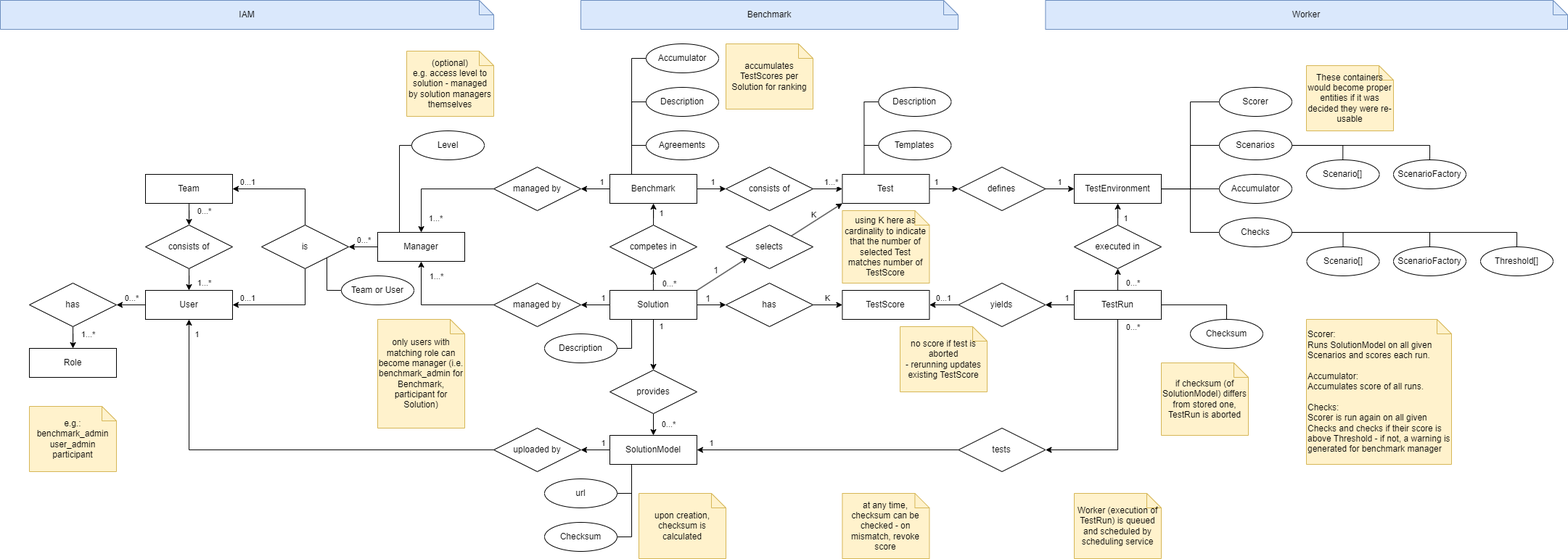
The draw.io diagram docs/img/development/ERDiagram.drawio.png in flatland-association/flatland-benchmarks, before a commit. Source tidied: cells renumbered, new cells last; positions are measured from the earlier drawing's top-left corner, leaving out a move shared by most shapes.
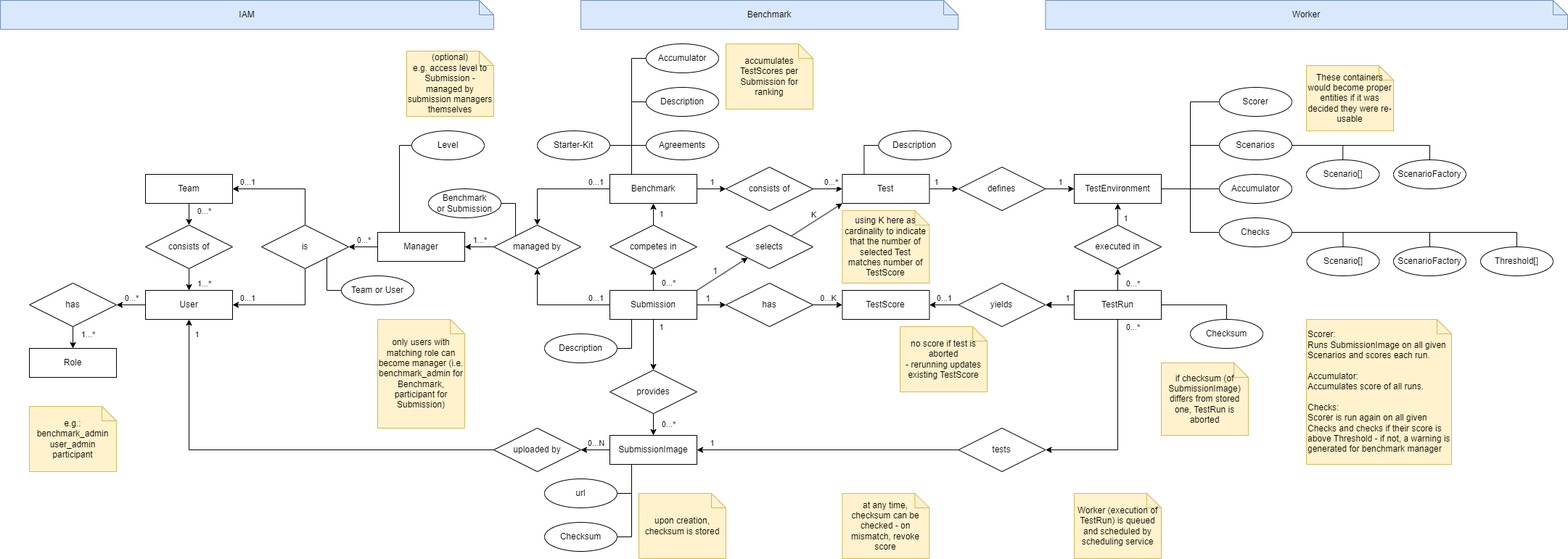
The same file after the commit.

The edit, as a diff of the source:
```diff
@@ -101,23 +101,12 @@
     </mxCell>
     <mxCell id="27" value="1...*" style="edgeLabel;html=1;align=center;verticalAlign=middle;" parent="26" vertex="1">
       <mxGeometry x="0.22" y="1" relative="1" as="geometry">
-        <mxPoint x="17" y="39" as="offset" />
+        <mxPoint x="4" y="-11" as="offset" />
       </mxGeometry>
     </mxCell>
     <mxCell id="28" value="managed by" style="shape=rhombus;perimeter=rhombusPerimeter;whiteSpace=wrap;html=1;align=center;" parent="1" vertex="1">
-      <mxGeometry x="680" y="230" width="120" height="60" as="geometry" />
+      <mxGeometry x="680" y="310" width="120" height="60" as="geometry" />
     </mxCell>
-    <mxCell id="29" style="edgeStyle=orthogonalEdgeStyle;rounded=0;jettySize=auto;html=1;entryX=0.5;entryY=1;entryDx=0;entryDy=0;" parent="1" edge="1" source="31" target="10">
-      <mxGeometry relative="1" as="geometry" />
-    </mxCell>
-    <mxCell id="30" value="1...*" style="edgeLabel;html=1;align=center;verticalAlign=middle;" parent="29" vertex="1">
-      <mxGeometry x="0.03" relative="1" as="geometry">
-        <mxPoint x="3" y="-40" as="offset" />
-      </mxGeometry>
-    </mxCell>
-    <mxCell id="31" value="managed by" style="shape=rhombus;perimeter=rhombusPerimeter;whiteSpace=wrap;html=1;align=center;" parent="1" vertex="1">
-      <mxGeometry x="680" y="390" width="120" height="60" as="geometry" />
-    </mxCell>
     <mxCell id="32" value="Description" style="ellipse;whiteSpace=wrap;html=1;align=center;" parent="1" vertex="1">
       <mxGeometry x="890" y="120" width="100" height="40" as="geometry" />
     </mxCell>
@@ -132,9 +121,9 @@
     <mxCell id="35" style="edgeStyle=orthogonalEdgeStyle;rounded=0;jettySize=auto;html=1;" parent="1" edge="1" source="39" target="28">
       <mxGeometry relative="1" as="geometry" />
     </mxCell>
-    <mxCell id="36" value="1" style="edgeLabel;html=1;align=center;verticalAlign=middle;" parent="35" vertex="1">
+    <mxCell id="36" value="0...1" style="edgeLabel;html=1;align=center;verticalAlign=middle;" parent="35" vertex="1">
       <mxGeometry x="-0.41" y="-1" relative="1" as="geometry">
-        <mxPoint y="-9" as="offset" />
+        <mxPoint x="24" y="-9" as="offset" />
       </mxGeometry>
     </mxCell>
     <mxCell id="37" style="edgeStyle=orthogonalEdgeStyle;rounded=0;jettySize=auto;html=1;" parent="1" edge="1" source="39" target="41">
@@ -158,15 +147,17 @@
       <mxGeometry x="1000" y="310" width="120" height="60" as="geometry" />
     </mxCell>
     <mxCell id="43" value="Description" style="ellipse;whiteSpace=wrap;html=1;align=center;" parent="1" vertex="1">
-      <mxGeometry x="1210.4" y="120" width="100" height="40" as="geometry" />
+      <mxGeometry x="1210.4" y="180" width="100" height="40" as="geometry" />
     </mxCell>
-    <mxCell id="44" style="edgeStyle=orthogonalEdgeStyle;rounded=0;jettySize=auto;html=1;exitX=0;exitY=0.5;exitDx=0;exitDy=0;endArrow=none;endFill=0;" parent="1" edge="1" source="45">
-      <mxGeometry relative="1" as="geometry">
-        <mxPoint x="1190.4" y="200" as="targetPoint" />
-      </mxGeometry>
-    </mxCell>
+    <mxCell id="146" style="edgeStyle=orthogonalEdgeStyle;rounded=0;jettySize=auto;html=1;entryX=0.25;entryY=0;entryDx=0;entryDy=0;endArrow=none;endFill=0;" parent="1" edge="1" source="45" target="39">
+      <mxGeometry relative="1" as="geometry">
+        <Array as="points">
+          <mxPoint x="870" y="200" />
+        </Array>
+      </mxGeometry>
+    </mxCell>
-    <mxCell id="45" value="Templates" style="ellipse;whiteSpace=wrap;html=1;align=center;" parent="1" vertex="1">
-      <mxGeometry x="1210.4" y="180" width="100" height="40" as="geometry" />
+    <mxCell id="45" value="Starter-Kit" style="ellipse;whiteSpace=wrap;html=1;align=center;" parent="1" vertex="1">
+      <mxGeometry x="740" y="180" width="100" height="40" as="geometry" />
     </mxCell>
     <mxCell id="46" style="rounded=0;jettySize=auto;html=1;exitX=0.5;exitY=1;exitDx=0;exitDy=0;entryX=0.5;entryY=0;entryDx=0;entryDy=0;" parent="1" edge="1" source="48" target="51">
       <mxGeometry relative="1" as="geometry" />
@@ -182,12 +173,12 @@
     <mxCell id="49" style="edgeStyle=orthogonalEdgeStyle;rounded=0;jettySize=auto;html=1;" parent="1" edge="1" source="51" target="82">
       <mxGeometry relative="1" as="geometry" />
     </mxCell>
-    <mxCell id="50" value="1" style="edgeLabel;html=1;align=center;verticalAlign=middle;" parent="49" vertex="1">
+    <mxCell id="50" value="0...N" style="edgeLabel;html=1;align=center;verticalAlign=middle;" parent="49" vertex="1">
       <mxGeometry x="-0.34" y="2" relative="1" as="geometry">
-        <mxPoint x="3" y="-12" as="offset" />
+        <mxPoint x="-7" y="-12" as="offset" />
       </mxGeometry>
     </mxCell>
-    <mxCell id="51" value="SolutionModel" style="rounded=0;arcSize=10;whiteSpace=wrap;html=1;align=center;" parent="1" vertex="1">
+    <mxCell id="51" value="SubmissionImage" style="rounded=0;arcSize=10;whiteSpace=wrap;html=1;align=center;" parent="1" vertex="1">
       <mxGeometry x="840" y="600" width="120" height="40" as="geometry" />
     </mxCell>
     <mxCell id="52" value="Description" style="ellipse;whiteSpace=wrap;html=1;align=center;" parent="1" vertex="1">
@@ -196,7 +187,7 @@
     <mxCell id="53" style="edgeStyle=orthogonalEdgeStyle;rounded=0;jettySize=auto;html=1;" parent="1" edge="1" source="41" target="66">
       <mxGeometry relative="1" as="geometry" />
     </mxCell>
-    <mxCell id="54" value="1...*" style="edgeLabel;html=1;align=center;verticalAlign=middle;" parent="53" vertex="1">
+    <mxCell id="54" value="0...*" style="edgeLabel;html=1;align=center;verticalAlign=middle;" parent="53" vertex="1">
       <mxGeometry x="0.79" relative="1" as="geometry">
         <mxPoint x="-12" y="-10" as="offset" />
       </mxGeometry>
@@ -255,17 +246,17 @@
     <mxCell id="68" style="endArrow=classic;html=1;rounded=0;exitX=1;exitY=0.5;exitDx=0;exitDy=0;entryX=0;entryY=0.5;entryDx=0;entryDy=0;endFill=1;" parent="1" edge="1" source="67" target="63">
       <mxGeometry relative="1" as="geometry" />
     </mxCell>
-    <mxCell id="69" value="K" style="edgeLabel;html=1;align=center;verticalAlign=middle;" parent="68" vertex="1">
+    <mxCell id="69" value="0...K" style="edgeLabel;html=1;align=center;verticalAlign=middle;" parent="68" vertex="1">
       <mxGeometry x="-0.16" y="-1" relative="1" as="geometry">
         <mxPoint x="3" y="-11" as="offset" />
       </mxGeometry>
     </mxCell>
-    <mxCell id="70" style="edgeStyle=orthogonalEdgeStyle;rounded=0;jettySize=auto;html=1;" parent="1" edge="1" source="74" target="31">
+    <mxCell id="70" style="edgeStyle=orthogonalEdgeStyle;rounded=0;jettySize=auto;html=1;entryX=0.5;entryY=1;entryDx=0;entryDy=0;" parent="1" edge="1" source="74" target="28">
       <mxGeometry relative="1" as="geometry" />
     </mxCell>
-    <mxCell id="71" value="1" style="edgeLabel;html=1;align=center;verticalAlign=middle;" parent="70" vertex="1">
+    <mxCell id="71" value="0...1" style="edgeLabel;html=1;align=center;verticalAlign=middle;" parent="70" vertex="1">
       <mxGeometry x="-0.35" relative="1" as="geometry">
-        <mxPoint x="3" y="-10" as="offset" />
+        <mxPoint x="29" y="-10" as="offset" />
       </mxGeometry>
     </mxCell>
     <mxCell id="72" style="edgeStyle=orthogonalEdgeStyle;rounded=0;orthogonalLoop=1;jettySize=auto;html=1;" parent="1" edge="1">
@@ -283,7 +274,7 @@
         <mxPoint x="20" y="-6" as="offset" />
       </mxGeometry>
     </mxCell>
-    <mxCell id="74" value="Solution" style="whiteSpace=wrap;html=1;align=center;" parent="1" vertex="1">
+    <mxCell id="74" value="Submission" style="whiteSpace=wrap;html=1;align=center;" parent="1" vertex="1">
       <mxGeometry x="840" y="400" width="120" height="40" as="geometry" />
     </mxCell>
     <mxCell id="75" style="endArrow=none;html=1;rounded=0;entryX=1;entryY=0.5;entryDx=0;entryDy=0;exitX=0;exitY=0.5;exitDx=0;exitDy=0;endFill=0;startArrow=classic;startFill=1;" parent="1" edge="1" source="67" target="74">
@@ -328,7 +319,7 @@
     <mxCell id="86" value="Checksum" style="ellipse;whiteSpace=wrap;html=1;align=center;" parent="1" vertex="1">
       <mxGeometry x="750" y="720" width="100" height="40" as="geometry" />
     </mxCell>
-    <mxCell id="87" value="upon creation, checksum is calculated" style="shape=note;size=20;whiteSpace=wrap;html=1;fillColor=#fff2cc;strokeColor=#d6b656;" parent="1" vertex="1">
+    <mxCell id="87" value="upon creation, checksum is stored" style="shape=note;size=20;whiteSpace=wrap;html=1;fillColor=#fff2cc;strokeColor=#d6b656;" parent="1" vertex="1">
       <mxGeometry x="880" y="680" width="120" height="90" as="geometry" />
     </mxCell>
     <mxCell id="88" value="Scenario[]" style="ellipse;whiteSpace=wrap;html=1;align=center;" parent="1" vertex="1">
@@ -471,7 +462,7 @@
     <mxCell id="126" value="Checksum" style="ellipse;whiteSpace=wrap;html=1;align=center;" parent="1" vertex="1">
       <mxGeometry x="1640" y="440" width="100" height="40" as="geometry" />
     </mxCell>
-    <mxCell id="127" value="if checksum (of SolutionModel) differs from stored one, TestRun is aborted" style="shape=note;size=20;whiteSpace=wrap;html=1;fillColor=#fff2cc;strokeColor=#d6b656;" parent="1" vertex="1">
+    <mxCell id="127" value="if checksum (of SubmissionImage) differs from stored one, TestRun is aborted" style="shape=note;size=20;whiteSpace=wrap;html=1;fillColor=#fff2cc;strokeColor=#d6b656;" parent="1" vertex="1">
       <mxGeometry x="1600" y="500" width="120" height="100" as="geometry" />
     </mxCell>
     <mxCell id="128" value="at any time,&lt;div&gt;checksum can be checked - on mismatch, revoke score&lt;/div&gt;" style="shape=note;size=20;whiteSpace=wrap;html=1;fillColor=#fff2cc;strokeColor=#d6b656;" parent="1" vertex="1">
@@ -501,10 +492,10 @@
     <mxCell id="136" value="Accumulator" style="ellipse;whiteSpace=wrap;html=1;align=center;" parent="1" vertex="1">
       <mxGeometry x="890" y="60" width="100" height="40" as="geometry" />
     </mxCell>
-    <mxCell id="137" value="accumulates TestScores per Solution for ranking" style="shape=note;size=20;whiteSpace=wrap;html=1;fillColor=#fff2cc;strokeColor=#d6b656;" parent="1" vertex="1">
+    <mxCell id="137" value="accumulates TestScores per Submission for ranking" style="shape=note;size=20;whiteSpace=wrap;html=1;fillColor=#fff2cc;strokeColor=#d6b656;" parent="1" vertex="1">
       <mxGeometry x="1000" y="60" width="120" height="90" as="geometry" />
     </mxCell>
-    <mxCell id="138" value="Scorer:&lt;div&gt;Runs SolutionModel on all given Scenarios and scores each run.&lt;/div&gt;&lt;div&gt;&lt;br&gt;&lt;/div&gt;&lt;div&gt;Accumulator:&lt;/div&gt;&lt;div&gt;Accumulates score of all runs.&lt;/div&gt;&lt;div&gt;&lt;br&gt;&lt;/div&gt;&lt;div&gt;Checks:&lt;/div&gt;&lt;div&gt;Scorer is run again on all given Checks and checks if their score is above Threshold - if not, a warning is generated for benchmark manager&lt;/div&gt;" style="shape=note;size=20;whiteSpace=wrap;html=1;fillColor=#fff2cc;strokeColor=#d6b656;align=left;" parent="1" vertex="1">
+    <mxCell id="138" value="Scorer:&lt;div&gt;Runs SubmissionImage on all given Scenarios and scores each run.&lt;/div&gt;&lt;div&gt;&lt;br&gt;&lt;/div&gt;&lt;div&gt;Accumulator:&lt;/div&gt;&lt;div&gt;Accumulates score of all runs.&lt;/div&gt;&lt;div&gt;&lt;br&gt;&lt;/div&gt;&lt;div&gt;Checks:&lt;/div&gt;&lt;div&gt;Scorer is run again on all given Checks and checks if their score is above Threshold - if not, a warning is generated for benchmark manager&lt;/div&gt;" style="shape=note;size=20;whiteSpace=wrap;html=1;fillColor=#fff2cc;strokeColor=#d6b656;align=left;" parent="1" vertex="1">
       <mxGeometry x="1800" y="440" width="200" height="200" as="geometry" />
     </mxCell>
     <mxCell id="139" style="edgeStyle=orthogonalEdgeStyle;rounded=0;jettySize=auto;html=1;entryX=1;entryY=0.5;entryDx=0;entryDy=0;endArrow=none;endFill=0;" parent="1" edge="1" source="140" target="125">
@@ -520,7 +511,7 @@
     <mxCell id="141" value="using K here as cardinality to indicate that the number of selected Test matches number of TestScore" style="shape=note;size=20;whiteSpace=wrap;html=1;fillColor=#fff2cc;strokeColor=#d6b656;" parent="1" vertex="1">
       <mxGeometry x="1160.4" y="290" width="120" height="100" as="geometry" />
     </mxCell>
-    <mxCell id="142" style="edgeStyle=orthogonalEdgeStyle;rounded=0;jettySize=auto;html=1;entryX=0.25;entryY=0;entryDx=0;entryDy=0;endArrow=none;endFill=0;" parent="1" edge="1" source="143" target="10">
+    <mxCell id="142" style="edgeStyle=orthogonalEdgeStyle;rounded=0;jettySize=auto;html=1;endArrow=none;endFill=0;" parent="1" edge="1" source="143" target="10">
       <mxGeometry relative="1" as="geometry">
         <Array as="points">
           <mxPoint x="550" y="200" />
@@ -530,11 +521,17 @@
     <mxCell id="143" value="Level" style="ellipse;whiteSpace=wrap;html=1;align=center;" parent="1" vertex="1">
       <mxGeometry x="567" y="180" width="100" height="40" as="geometry" />
     </mxCell>
-    <mxCell id="144" value="&lt;div style=&quot;&quot;&gt;&lt;div style=&quot;&quot;&gt;only users with matching role can become manager (i.e. benchmark_admin for Benchmark, participant for Solution)&lt;/div&gt;&lt;/div&gt;" style="shape=note;size=20;whiteSpace=wrap;html=1;align=center;fillColor=#fff2cc;strokeColor=#d6b656;" parent="1" vertex="1">
+    <mxCell id="144" value="&lt;div style=&quot;&quot;&gt;&lt;div style=&quot;&quot;&gt;only users with matching role can become manager (i.e. benchmark_admin for Benchmark, participant for Submission)&lt;/div&gt;&lt;/div&gt;" style="shape=note;size=20;whiteSpace=wrap;html=1;align=center;fillColor=#fff2cc;strokeColor=#d6b656;" parent="1" vertex="1">
       <mxGeometry x="520" y="440" width="120" height="150" as="geometry" />
     </mxCell>
-    <mxCell id="145" value="&lt;div style=&quot;&quot;&gt;&lt;div style=&quot;&quot;&gt;&lt;span style=&quot;background-color: initial;&quot;&gt;(optional)&lt;/span&gt;&lt;/div&gt;&lt;div style=&quot;&quot;&gt;&lt;span style=&quot;background-color: initial;&quot;&gt;e.g. access level to solution - managed by solution managers themselves&lt;/span&gt;&lt;br&gt;&lt;/div&gt;&lt;/div&gt;" style="shape=note;size=20;whiteSpace=wrap;html=1;align=center;fillColor=#fff2cc;strokeColor=#d6b656;" parent="1" vertex="1">
+    <mxCell id="145" value="&lt;div style=&quot;&quot;&gt;&lt;div style=&quot;&quot;&gt;&lt;span style=&quot;background-color: initial;&quot;&gt;(optional)&lt;/span&gt;&lt;/div&gt;&lt;div style=&quot;&quot;&gt;&lt;span style=&quot;background-color: initial;&quot;&gt;e.g. access level to Submission - managed by submission managers themselves&lt;/span&gt;&lt;br&gt;&lt;/div&gt;&lt;/div&gt;" style="shape=note;size=20;whiteSpace=wrap;html=1;align=center;fillColor=#fff2cc;strokeColor=#d6b656;" parent="1" vertex="1">
       <mxGeometry x="560" y="70" width="120" height="90" as="geometry" />
     </mxCell>
+    <mxCell id="147" style="edgeStyle=orthogonalEdgeStyle;rounded=0;jettySize=auto;html=1;entryX=0;entryY=0;entryDx=0;entryDy=0;exitX=1;exitY=0.5;exitDx=0;exitDy=0;endArrow=none;endFill=0;" parent="1" edge="1" source="148" target="28">
+      <mxGeometry relative="1" as="geometry" />
+    </mxCell>
+    <mxCell id="148" value="Benchmark&lt;div&gt;or Submission&lt;/div&gt;" style="ellipse;whiteSpace=wrap;html=1;align=center;" parent="1" vertex="1">
+      <mxGeometry x="590" y="260" width="100" height="40" as="geometry" />
+    </mxCell>
   </root>
 </mxGraphModel>
```
